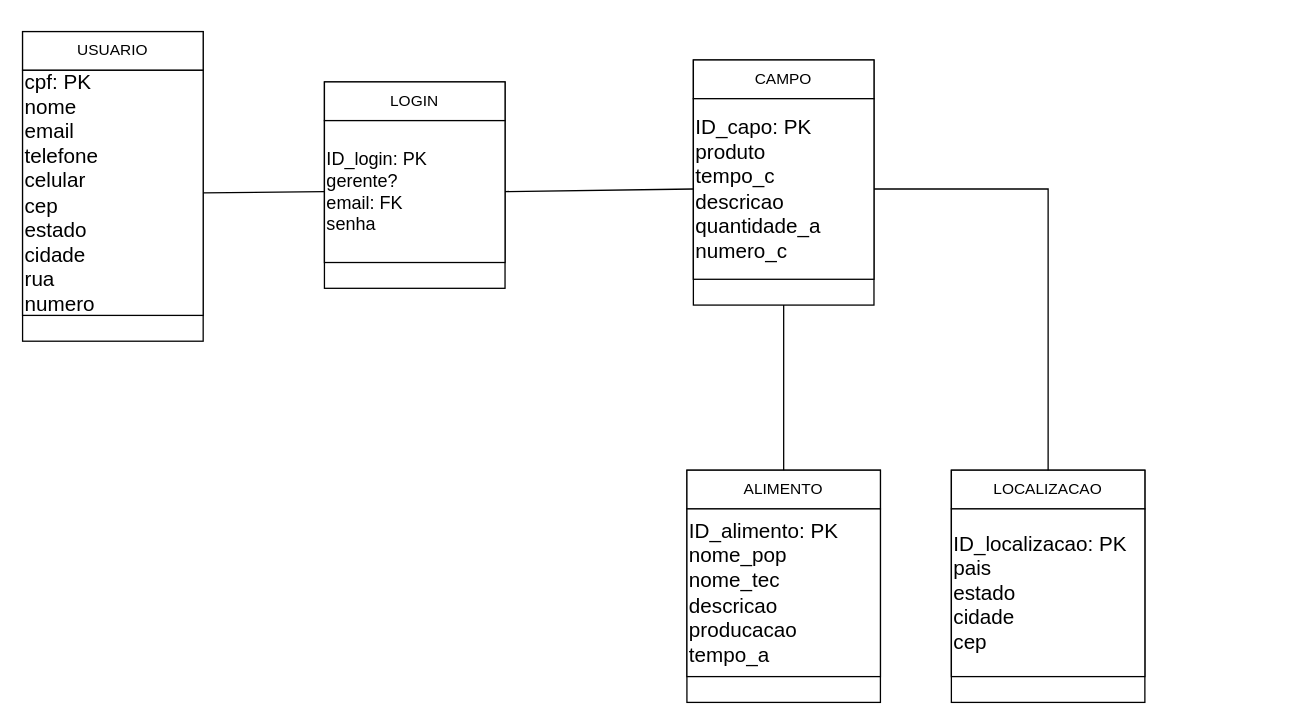
Above: lógico.drawio in Thiago163/api_sistema_trienal (draw.io), before the change. Source tidied: cells renumbered, new cells numbered last; positions are measured from the earlier drawing's top-left corner, leaving out a move shared by most shapes. Both pictures are drawn from the tidied source at 129%, with x=0, y=0 at pixel (22, 31).
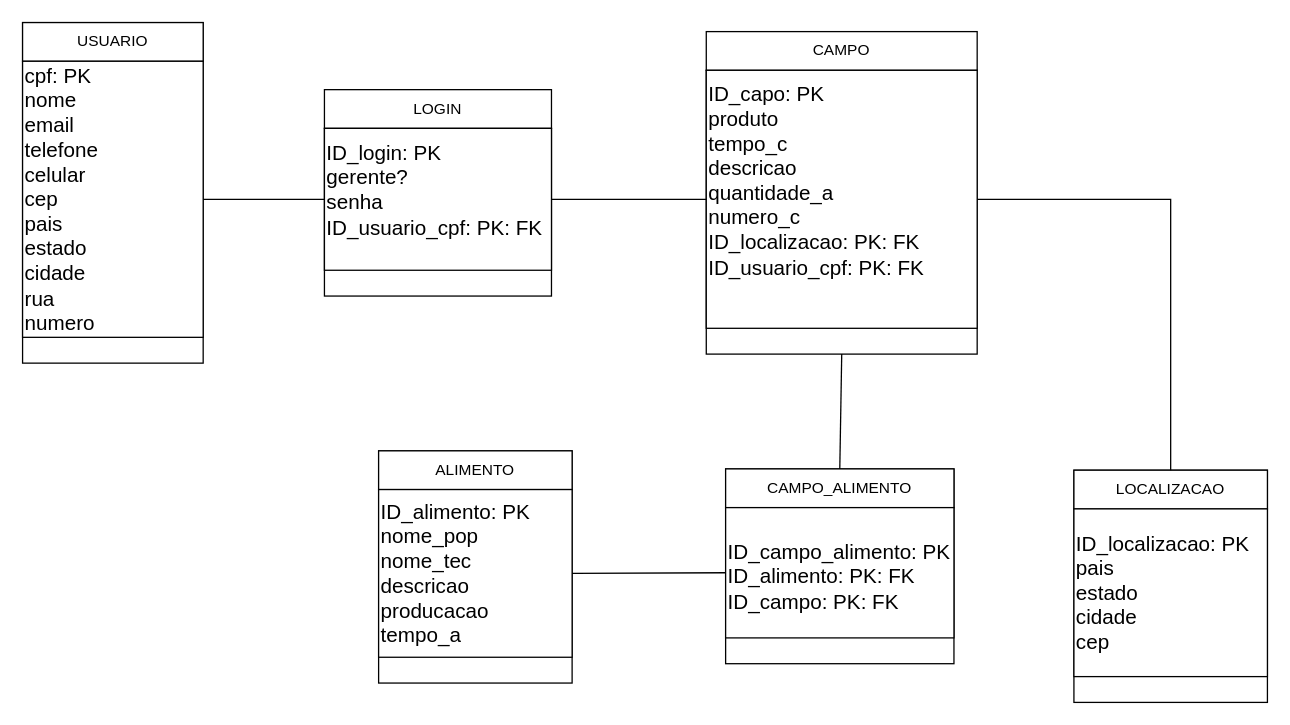
Above is the later version.

The edit, as a diff of the source:
```diff
@@
     <mxCell id="2" style="rounded=0;whiteSpace=wrap;html=1;" parent="1" vertex="1">
-      <mxGeometry width="140" height="240" as="geometry" />
+      <mxGeometry y="-7" width="140" height="264" as="geometry" />
     </mxCell>
     <mxCell id="3" value="USUARIO" style="rounded=0;whiteSpace=wrap;html=1;" parent="1" vertex="1">
-      <mxGeometry width="140" height="30" as="geometry" />
+      <mxGeometry y="-7" width="140" height="30" as="geometry" />
     </mxCell>
-    <mxCell id="4" value="&lt;div&gt;&lt;span style=&quot;font-size: medium;&quot;&gt;cpf: PK&lt;/span&gt;&lt;font size=&quot;3&quot;&gt;&lt;br&gt;&lt;/font&gt;&lt;/div&gt;&lt;div&gt;&lt;div&gt;&lt;font size=&quot;3&quot;&gt;nome&lt;/font&gt;&lt;/div&gt;&lt;/div&gt;&lt;div&gt;&lt;font size=&quot;3&quot;&gt;email&lt;/font&gt;&lt;/div&gt;&lt;div&gt;&lt;span style=&quot;font-size: medium; background-color: initial;&quot;&gt;telefone&lt;/span&gt;&lt;br&gt;&lt;/div&gt;&lt;div&gt;&lt;font size=&quot;3&quot;&gt;celular&lt;/font&gt;&lt;/div&gt;&lt;div&gt;&lt;font size=&quot;3&quot;&gt;cep&lt;/font&gt;&lt;/div&gt;&lt;div&gt;&lt;font size=&quot;3&quot;&gt;estado&lt;/font&gt;&lt;/div&gt;&lt;div&gt;&lt;font size=&quot;3&quot;&gt;cidade&lt;/font&gt;&lt;/div&gt;&lt;div&gt;&lt;font size=&quot;3&quot;&gt;rua&lt;/font&gt;&lt;/div&gt;&lt;div&gt;&lt;font size=&quot;3&quot;&gt;numero&lt;/font&gt;&lt;/div&gt;" style="rounded=0;whiteSpace=wrap;html=1;align=left;" parent="1" vertex="1">
-      <mxGeometry y="30" width="140" height="190" as="geometry" />
+    <mxCell id="4" value="&lt;div&gt;&lt;span style=&quot;font-size: medium;&quot;&gt;cpf: PK&lt;/span&gt;&lt;font size=&quot;3&quot;&gt;&lt;br&gt;&lt;/font&gt;&lt;/div&gt;&lt;div&gt;&lt;div&gt;&lt;font size=&quot;3&quot;&gt;nome&lt;/font&gt;&lt;/div&gt;&lt;/div&gt;&lt;div&gt;&lt;font size=&quot;3&quot;&gt;email&lt;/font&gt;&lt;/div&gt;&lt;div&gt;&lt;span style=&quot;font-size: medium; background-color: initial;&quot;&gt;telefone&lt;/span&gt;&lt;br&gt;&lt;/div&gt;&lt;div&gt;&lt;font size=&quot;3&quot;&gt;celular&lt;/font&gt;&lt;/div&gt;&lt;div&gt;&lt;font size=&quot;3&quot;&gt;cep&lt;/font&gt;&lt;/div&gt;&lt;div&gt;&lt;font size=&quot;3&quot;&gt;pais&lt;/font&gt;&lt;/div&gt;&lt;div&gt;&lt;font size=&quot;3&quot;&gt;estado&lt;/font&gt;&lt;/div&gt;&lt;div&gt;&lt;font size=&quot;3&quot;&gt;cidade&lt;/font&gt;&lt;/div&gt;&lt;div&gt;&lt;font size=&quot;3&quot;&gt;rua&lt;/font&gt;&lt;/div&gt;&lt;div&gt;&lt;font size=&quot;3&quot;&gt;numero&lt;/font&gt;&lt;/div&gt;" style="rounded=0;whiteSpace=wrap;html=1;align=left;" parent="1" vertex="1">
+      <mxGeometry y="23" width="140" height="214" as="geometry" />
     </mxCell>
     <mxCell id="5" style="rounded=0;whiteSpace=wrap;html=1;" parent="1" vertex="1">
-      <mxGeometry x="234" y="39" width="140" height="160" as="geometry" />
+      <mxGeometry x="234" y="75" width="176" height="130" as="geometry" />
     </mxCell>
     <mxCell id="6" value="LOGIN" style="rounded=0;whiteSpace=wrap;html=1;" parent="1" vertex="1">
-      <mxGeometry x="234" y="39" width="140" height="30" as="geometry" />
+      <mxGeometry x="234" y="45" width="176" height="30" as="geometry" />
     </mxCell>
-    <mxCell id="7" value="&lt;span style=&quot;font-size: 14px;&quot;&gt;ID_login: PK&lt;/span&gt;&lt;div&gt;&lt;span style=&quot;font-size: 14px;&quot;&gt;gerente?&lt;/span&gt;&lt;/div&gt;&lt;div&gt;&lt;span style=&quot;font-size: 14px;&quot;&gt;email: FK&lt;/span&gt;&lt;/div&gt;&lt;div&gt;&lt;span style=&quot;font-size: 14px;&quot;&gt;senha&lt;/span&gt;&lt;/div&gt;" style="rounded=0;whiteSpace=wrap;html=1;align=left;" parent="1" vertex="1">
-      <mxGeometry x="234" y="69" width="140" height="110" as="geometry" />
+    <mxCell id="7" value="&lt;font size=&quot;3&quot;&gt;ID_login: PK&lt;/font&gt;&lt;div&gt;&lt;font size=&quot;3&quot;&gt;gerente?&lt;/font&gt;&lt;/div&gt;&lt;div&gt;&lt;font size=&quot;3&quot;&gt;senha&lt;/font&gt;&lt;/div&gt;&lt;div&gt;&lt;div&gt;&lt;font size=&quot;3&quot;&gt;ID_usuario_cpf: PK: FK&lt;/font&gt;&lt;/div&gt;&lt;div&gt;&lt;br&gt;&lt;/div&gt;&lt;/div&gt;" style="rounded=0;whiteSpace=wrap;html=1;align=left;" parent="1" vertex="1">
+      <mxGeometry x="234" y="75" width="176" height="110" as="geometry" />
     </mxCell>
     <mxCell id="8" style="rounded=0;whiteSpace=wrap;html=1;" parent="1" vertex="1">
-      <mxGeometry x="520" y="22" width="140" height="190" as="geometry" />
+      <mxGeometry x="530" y="30" width="210" height="220" as="geometry" />
     </mxCell>
     <mxCell id="9" value="CAMPO" style="rounded=0;whiteSpace=wrap;html=1;" parent="1" vertex="1">
-      <mxGeometry x="520" y="22" width="140" height="30" as="geometry" />
+      <mxGeometry x="530" width="210" height="30" as="geometry" />
     </mxCell>
-    <mxCell id="10" value="&lt;div&gt;&lt;font size=&quot;3&quot;&gt;ID_capo: PK&lt;/font&gt;&lt;/div&gt;&lt;div&gt;&lt;font size=&quot;3&quot;&gt;produto&lt;/font&gt;&lt;/div&gt;&lt;div&gt;&lt;font size=&quot;3&quot;&gt;tempo_c&lt;/font&gt;&lt;/div&gt;&lt;div&gt;&lt;font size=&quot;3&quot;&gt;descricao&lt;/font&gt;&lt;/div&gt;&lt;div&gt;&lt;font size=&quot;3&quot;&gt;quantidade_a&lt;/font&gt;&lt;/div&gt;&lt;div&gt;&lt;font size=&quot;3&quot;&gt;numero_c&lt;/font&gt;&lt;/div&gt;" style="rounded=0;whiteSpace=wrap;html=1;align=left;" parent="1" vertex="1">
-      <mxGeometry x="520" y="52" width="140" height="140" as="geometry" />
+    <mxCell id="10" value="&lt;div&gt;&lt;font size=&quot;3&quot;&gt;ID_capo: PK&lt;/font&gt;&lt;/div&gt;&lt;div&gt;&lt;font size=&quot;3&quot;&gt;produto&lt;/font&gt;&lt;/div&gt;&lt;div&gt;&lt;font size=&quot;3&quot;&gt;tempo_c&lt;/font&gt;&lt;/div&gt;&lt;div&gt;&lt;font size=&quot;3&quot;&gt;descricao&lt;/font&gt;&lt;/div&gt;&lt;div&gt;&lt;font size=&quot;3&quot;&gt;quantidade_a&lt;/font&gt;&lt;/div&gt;&lt;div&gt;&lt;font size=&quot;3&quot;&gt;numero_c&lt;/font&gt;&lt;/div&gt;&lt;div&gt;&lt;div&gt;&lt;font size=&quot;3&quot;&gt;ID_localizacao: PK: FK&lt;/font&gt;&lt;/div&gt;&lt;div&gt;&lt;div&gt;&lt;font size=&quot;3&quot;&gt;ID_usuario_cpf: PK: FK&lt;/font&gt;&lt;/div&gt;&lt;div&gt;&lt;br&gt;&lt;/div&gt;&lt;/div&gt;&lt;div&gt;&lt;br&gt;&lt;/div&gt;&lt;/div&gt;" style="rounded=0;whiteSpace=wrap;html=1;align=left;" parent="1" vertex="1">
+      <mxGeometry x="530" y="30" width="210" height="200" as="geometry" />
     </mxCell>
     <mxCell id="11" style="rounded=0;whiteSpace=wrap;html=1;" parent="1" vertex="1">
-      <mxGeometry x="720" y="340" width="150" height="180" as="geometry" />
+      <mxGeometry x="815" y="340" width="150" height="180" as="geometry" />
     </mxCell>
     <mxCell id="12" value="LOCALIZACAO" style="rounded=0;whiteSpace=wrap;html=1;" parent="1" vertex="1">
-      <mxGeometry x="720" y="340" width="150" height="30" as="geometry" />
+      <mxGeometry x="815" y="340" width="150" height="30" as="geometry" />
     </mxCell>
     <mxCell id="13" value="&lt;div&gt;&lt;font size=&quot;3&quot;&gt;ID_localizacao: PK&lt;/font&gt;&lt;/div&gt;&lt;div&gt;&lt;font size=&quot;3&quot;&gt;pais&lt;/font&gt;&lt;/div&gt;&lt;div&gt;&lt;font size=&quot;3&quot;&gt;estado&lt;/font&gt;&lt;/div&gt;&lt;div&gt;&lt;font size=&quot;3&quot;&gt;cidade&lt;/font&gt;&lt;/div&gt;&lt;div&gt;&lt;font size=&quot;3&quot;&gt;cep&lt;/font&gt;&lt;/div&gt;" style="rounded=0;whiteSpace=wrap;html=1;align=left;" parent="1" vertex="1">
-      <mxGeometry x="720" y="370" width="150" height="130" as="geometry" />
+      <mxGeometry x="815" y="370" width="150" height="130" as="geometry" />
     </mxCell>
-    <mxCell id="14" style="rounded=0;whiteSpace=wrap;html=1;" parent="1" vertex="1">
-      <mxGeometry x="515" y="340" width="150" height="180" as="geometry" />
-    </mxCell>
+    <mxCell id="17" style="endArrow=none;html=1;rounded=0;exitX=1;exitY=0.5;exitDx=0;exitDy=0;entryX=0;entryY=0.5;entryDx=0;entryDy=0;" parent="1" edge="1" source="4" target="7">
+      <mxGeometry relative="1" as="geometry" />
+    </mxCell>
+    <mxCell id="18" style="endArrow=none;html=1;rounded=0;exitX=1;exitY=0.5;exitDx=0;exitDy=0;entryX=0;entryY=0.5;entryDx=0;entryDy=0;" parent="1" edge="1" source="7" target="10">
+      <mxGeometry relative="1" as="geometry" />
+    </mxCell>
+    <mxCell id="21" style="rounded=0;whiteSpace=wrap;html=1;" parent="1" vertex="1">
+      <mxGeometry x="276" y="325" width="150" height="180" as="geometry" />
+    </mxCell>
     <mxCell id="15" value="ALIMENTO" style="rounded=0;whiteSpace=wrap;html=1;" parent="1" vertex="1">
-      <mxGeometry x="515" y="340" width="150" height="30" as="geometry" />
+      <mxGeometry x="276" y="325" width="150" height="30" as="geometry" />
     </mxCell>
     <mxCell id="16" value="&lt;div&gt;&lt;font size=&quot;3&quot;&gt;ID_alimento: PK&lt;/font&gt;&lt;/div&gt;&lt;div&gt;&lt;font size=&quot;3&quot;&gt;nome_pop&lt;/font&gt;&lt;/div&gt;&lt;div&gt;&lt;font size=&quot;3&quot;&gt;nome_tec&lt;/font&gt;&lt;/div&gt;&lt;div&gt;&lt;font size=&quot;3&quot;&gt;descricao&lt;/font&gt;&lt;/div&gt;&lt;div&gt;&lt;font size=&quot;3&quot;&gt;producacao&lt;/font&gt;&lt;/div&gt;&lt;div&gt;&lt;font size=&quot;3&quot;&gt;tempo_a&lt;/font&gt;&lt;/div&gt;" style="rounded=0;whiteSpace=wrap;html=1;align=left;" parent="1" vertex="1">
-      <mxGeometry x="515" y="370" width="150" height="130" as="geometry" />
+      <mxGeometry x="276" y="355" width="150" height="130" as="geometry" />
     </mxCell>
-    <mxCell id="17" style="endArrow=none;html=1;rounded=0;exitX=1;exitY=0.5;exitDx=0;exitDy=0;entryX=0;entryY=0.5;entryDx=0;entryDy=0;" parent="1" edge="1" source="4" target="7">
-      <mxGeometry relative="1" as="geometry" />
-    </mxCell>
-    <mxCell id="18" style="endArrow=none;html=1;rounded=0;exitX=1;exitY=0.5;exitDx=0;exitDy=0;entryX=0;entryY=0.5;entryDx=0;entryDy=0;" parent="1" edge="1" source="7" target="10">
-      <mxGeometry relative="1" as="geometry" />
-    </mxCell>
-    <mxCell id="19" style="endArrow=none;html=1;rounded=0;exitX=1;exitY=0.5;exitDx=0;exitDy=0;entryX=0.5;entryY=0;entryDx=0;entryDy=0;" parent="1" edge="1" source="10" target="12">
-      <mxGeometry relative="1" as="geometry">
-        <Array as="points">
-          <mxPoint x="795" y="122" />
-        </Array>
-      </mxGeometry>
-    </mxCell>
-    <mxCell id="20" style="endArrow=none;html=1;rounded=0;entryX=0.5;entryY=1;entryDx=0;entryDy=0;exitX=0.5;exitY=0;exitDx=0;exitDy=0;" parent="1" edge="1" source="15" target="8">
-      <mxGeometry relative="1" as="geometry" />
-    </mxCell>
+    <mxCell id="22" style="rounded=0;whiteSpace=wrap;html=1;" parent="1" vertex="1">
+      <mxGeometry x="545" y="339" width="177" height="151" as="geometry" />
+    </mxCell>
+    <mxCell id="23" value="CAMPO_ALIMENTO" style="rounded=0;whiteSpace=wrap;html=1;" parent="1" vertex="1">
+      <mxGeometry x="545" y="339" width="177" height="30" as="geometry" />
+    </mxCell>
+    <mxCell id="24" value="&lt;div&gt;&lt;font size=&quot;3&quot;&gt;&lt;br&gt;&lt;/font&gt;&lt;/div&gt;&lt;div&gt;&lt;font size=&quot;3&quot;&gt;ID_campo_alimento: PK&lt;/font&gt;&lt;/div&gt;&lt;div&gt;&lt;font size=&quot;3&quot;&gt;ID_alimento: PK: FK&lt;/font&gt;&lt;/div&gt;&lt;div&gt;&lt;div&gt;&lt;font size=&quot;3&quot;&gt;ID_campo: PK: FK&lt;/font&gt;&lt;/div&gt;&lt;div&gt;&lt;br&gt;&lt;/div&gt;&lt;/div&gt;" style="rounded=0;whiteSpace=wrap;html=1;align=left;" parent="1" vertex="1">
+      <mxGeometry x="545" y="369" width="177" height="101" as="geometry" />
+    </mxCell>
+    <mxCell id="25" style="endArrow=none;html=1;rounded=0;entryX=0.5;entryY=1;entryDx=0;entryDy=0;exitX=0.5;exitY=0;exitDx=0;exitDy=0;" parent="1" edge="1" source="23" target="8">
+      <mxGeometry relative="1" as="geometry" />
+    </mxCell>
+    <mxCell id="26" style="endArrow=none;html=1;rounded=0;entryX=1;entryY=0.5;entryDx=0;entryDy=0;exitX=0;exitY=0.5;exitDx=0;exitDy=0;" parent="1" edge="1" source="24" target="16">
+      <mxGeometry relative="1" as="geometry" />
+    </mxCell>
+    <mxCell id="27" style="endArrow=none;html=1;rounded=0;entryX=1;entryY=0.5;entryDx=0;entryDy=0;exitX=0.5;exitY=0;exitDx=0;exitDy=0;" parent="1" edge="1" source="12" target="10">
+      <mxGeometry relative="1" as="geometry">
+        <Array as="points">
+          <mxPoint x="890" y="130" />
+        </Array>
+      </mxGeometry>
+    </mxCell>
```
